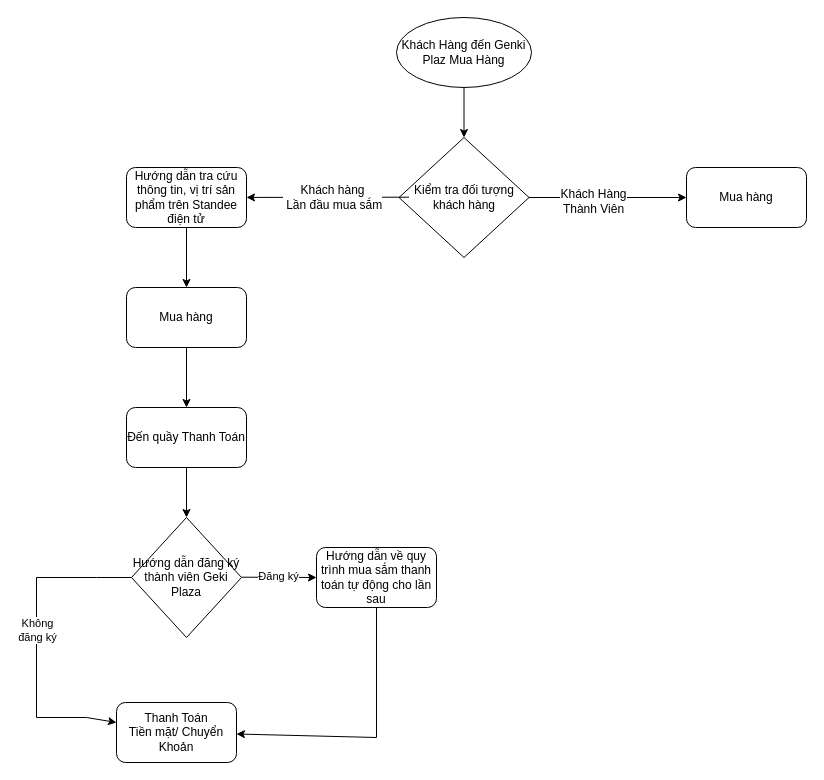
Earlier version of the draw.io diagram Untitled Diagram.drawio (locbui0311/Calculator). Source tidied: cells renumbered, new cells numbered last; positions are measured from the earlier drawing's top-left corner, leaving out a move shared by most shapes. Both pictures are drawn from the tidied source at 100%, with x=0, y=0 at pixel (36, 17).
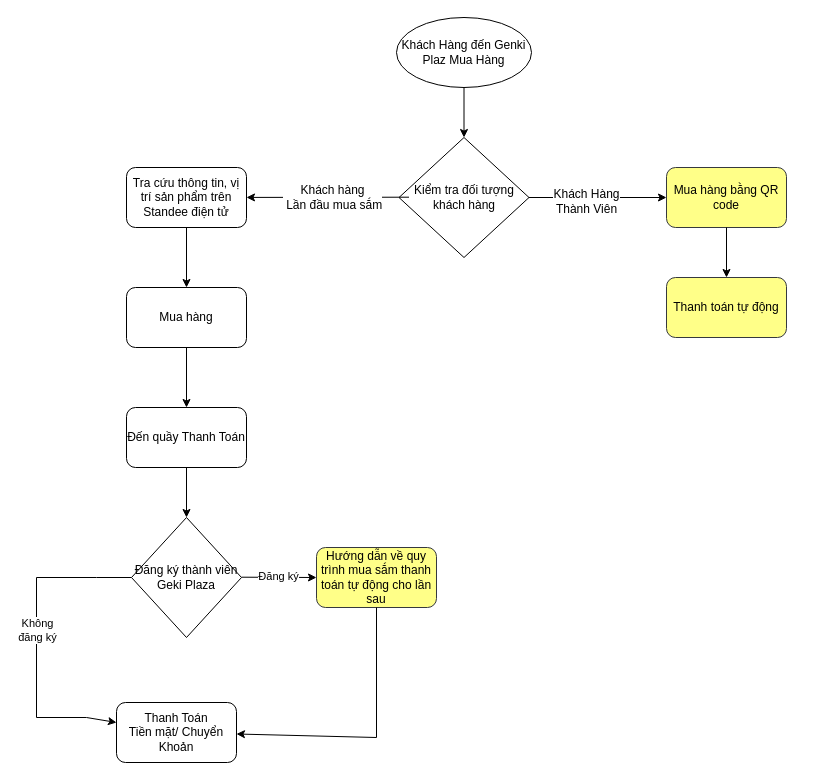
After the change.

The change refers to these unchanged cells:
```xml
<mxCell id="4" value="Kiểm tra đối tượng khách hàng" style="rhombus;whiteSpace=wrap;html=1;fontSize=12;" parent="1" vertex="1">
  <mxGeometry x="362.5" y="120" width="130" height="120" as="geometry" />
</mxCell>
```

The edit, as a diff of the source:
```diff
@@
-    <mxCell id="7" style="endArrow=classic;html=1;rounded=0;fontSize=12;" parent="1" edge="1" source="4" target="9">
+    <mxCell id="7" style="endArrow=classic;html=1;rounded=0;fontSize=12;" parent="1" edge="1" source="4" target="24">
       <mxGeometry relative="1" as="geometry" />
     </mxCell>
@@
-    <mxCell id="9" value="Mua hàng" style="rounded=1;whiteSpace=wrap;html=1;fontSize=12;" parent="1" vertex="1">
-      <mxGeometry x="650" y="150" width="120" height="60" as="geometry" />
+    <mxCell id="9" value="Thanh toán tự động" style="rounded=1;whiteSpace=wrap;html=1;fontSize=12;fillColor=#ffff88;strokeColor=#36393d;" parent="1" vertex="1">
+      <mxGeometry x="630" y="260" width="120" height="60" as="geometry" />
     </mxCell>
@@
-    <mxCell id="19" value="Hướng dẫn về quy trình mua sắm thanh toán tự động cho lần sau" style="rounded=1;whiteSpace=wrap;html=1;" parent="1" vertex="1">
+    <mxCell id="19" value="Hướng dẫn về quy trình mua sắm thanh toán tự động cho lần sau" style="rounded=1;whiteSpace=wrap;html=1;fillColor=#ffff88;strokeColor=#36393d;" parent="1" vertex="1">
       <mxGeometry x="280" y="530" width="120" height="60" as="geometry" />
     </mxCell>
-    <mxCell id="20" value="Hướng dẫn đăng ký thành viên Geki Plaza" style="rhombus;whiteSpace=wrap;html=1;" parent="1" vertex="1">
+    <mxCell id="20" value="Đăng ký thành viên Geki Plaza" style="rhombus;whiteSpace=wrap;html=1;" parent="1" vertex="1">
       <mxGeometry x="95" y="500" width="110" height="120" as="geometry" />
     </mxCell>
@@
-    <mxCell id="22" value="Hướng dẫn tra cứu thông tin, vị trí sản phẩm trên Standee điện tử" style="rounded=1;whiteSpace=wrap;html=1;fontSize=12;" parent="1" vertex="1">
+    <mxCell id="22" value="Tra cứu thông tin, vị trí sản phẩm trên Standee điện tử" style="rounded=1;whiteSpace=wrap;html=1;fontSize=12;" parent="1" vertex="1">
       <mxGeometry x="90" y="150" width="120" height="60" as="geometry" />
     </mxCell>
@@
+    <mxCell id="24" value="Mua hàng bằng QR code" style="rounded=1;whiteSpace=wrap;html=1;fontSize=12;fillColor=#ffff88;strokeColor=#36393d;" parent="1" vertex="1">
+      <mxGeometry x="630" y="150" width="120" height="60" as="geometry" />
+    </mxCell>
+    <mxCell id="25" style="endArrow=classic;html=1;rounded=0;" parent="1" edge="1" source="24" target="9">
+      <mxGeometry relative="1" as="geometry" />
+    </mxCell>
```
